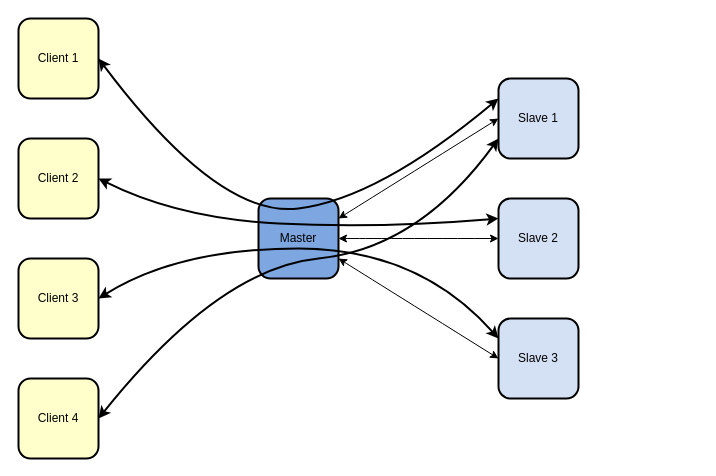
Earlier version of the draw.io diagram SchemaEtape3.drawio (Yalkann/ProjetFTP). Source tidied: cells renumbered, new cells numbered last; positions are measured from the earlier drawing's top-left corner, leaving out a move shared by most shapes. Both pictures are drawn from the tidied source at 100%, with x=0, y=0 at pixel (18, 18).
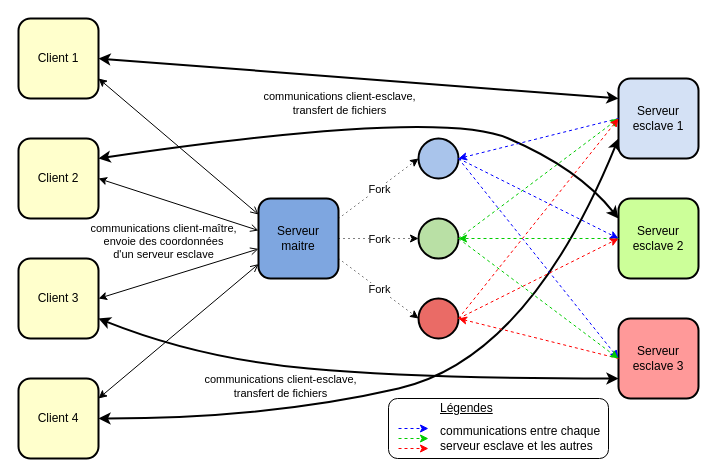
The same page after the edit.

The change refers to these unchanged cells:
```xml
<mxCell id="2" value="Client 1" style="rounded=1;whiteSpace=wrap;html=1;shadow=0;sketch=0;strokeColor=default;strokeWidth=2;fillColor=#FFFFCC;gradientColor=none;" parent="1" vertex="1">
  <mxGeometry width="80" height="80" as="geometry" />
</mxCell>
<mxCell id="3" value="Client 2" style="rounded=1;whiteSpace=wrap;html=1;shadow=0;sketch=0;strokeColor=default;strokeWidth=2;fillColor=#FFFFCC;gradientColor=none;" parent="1" vertex="1">
  <mxGeometry y="120" width="80" height="80" as="geometry" />
</mxCell>
<mxCell id="4" value="Client 3" style="rounded=1;whiteSpace=wrap;html=1;shadow=0;sketch=0;strokeColor=default;strokeWidth=2;fillColor=#FFFFCC;gradientColor=none;" parent="1" vertex="1">
  <mxGeometry y="240" width="80" height="80" as="geometry" />
</mxCell>
```

Diff of the diagram source:
```diff
@@
+    <mxCell id="17" style="rounded=1;whiteSpace=wrap;html=1;labelBackgroundColor=none;strokeWidth=1;fillColor=#FFFFFF;" parent="1" vertex="1">
+      <mxGeometry x="370" y="380" width="220" height="60" as="geometry" />
+    </mxCell>
@@
-    <mxCell id="5" value="Master" style="rounded=1;whiteSpace=wrap;html=1;shadow=0;sketch=0;strokeColor=default;strokeWidth=2;fillColor=#7EA6E0;gradientColor=none;points=[[0,0,0,0,0],[0,0.25,0,0,0],[0,0.5,0,0,0],[0,0.75,0,0,0],[0,1,0,0,0],[0.25,0,0,0,0],[0.25,1,0,0,0],[0.5,0,0,0,0],[0.5,1,0,0,0],[0.75,0,0,0,0],[0.75,1,0,0,0],[1,0,0,0,0],[1,0.25,0,0,0],[1,0.5,0,0,0],[1,0.75,0,0,0],[1,1,0,0,0]];" parent="1" vertex="1">
+    <mxCell id="5" value="Serveur maitre" style="rounded=1;whiteSpace=wrap;html=1;shadow=0;sketch=0;strokeColor=default;strokeWidth=2;fillColor=#7EA6E0;gradientColor=none;points=[[0,0,0,0,0],[0,0.2,0,0,0],[0,0.4,0,0,0],[0,0.6,0,0,0],[0,0.8,0,0,0],[0,1,0,0,0],[0.25,0,0,0,0],[0.25,1,0,0,0],[0.5,0,0,0,0],[0.5,1,0,0,0],[0.75,0,0,0,0],[0.75,1,0,0,0],[1,0,0,0,0],[1,0.25,0,0,0],[1,0.5,0,0,0],[1,0.75,0,0,0],[1,1,0,0,0]];" parent="1" vertex="1">
       <mxGeometry x="240" y="180" width="80" height="80" as="geometry" />
     </mxCell>
-    <mxCell id="6" value="Slave 1" style="rounded=1;whiteSpace=wrap;html=1;shadow=0;sketch=0;strokeColor=default;strokeWidth=2;fillColor=#D4E1F5;gradientColor=none;" parent="1" vertex="1">
-      <mxGeometry x="480" y="60" width="80" height="80" as="geometry" />
+    <mxCell id="6" value="Serveur esclave 1" style="rounded=1;whiteSpace=wrap;html=1;shadow=0;sketch=0;strokeColor=default;strokeWidth=2;fillColor=#D4E1F5;gradientColor=none;" parent="1" vertex="1">
+      <mxGeometry x="600" y="60" width="80" height="80" as="geometry" />
     </mxCell>
-    <mxCell id="7" value="Slave 2" style="rounded=1;whiteSpace=wrap;html=1;shadow=0;sketch=0;strokeColor=default;strokeWidth=2;fillColor=#D4E1F5;gradientColor=none;" parent="1" vertex="1">
-      <mxGeometry x="480" y="180" width="80" height="80" as="geometry" />
+    <mxCell id="7" value="Serveur esclave 2" style="rounded=1;whiteSpace=wrap;html=1;shadow=0;sketch=0;strokeColor=default;strokeWidth=2;fillColor=#CCFF99;gradientColor=none;" parent="1" vertex="1">
+      <mxGeometry x="600" y="180" width="80" height="80" as="geometry" />
     </mxCell>
-    <mxCell id="8" style="endArrow=classic;html=1;rounded=0;strokeColor=default;strokeWidth=1;curved=1;entryX=0;entryY=0.5;entryDx=0;entryDy=0;startArrow=classic;startFill=1;" parent="1" edge="1" target="6">
-      <mxGeometry relative="1" as="geometry">
-        <mxPoint x="320" y="200" as="sourcePoint" />
-      </mxGeometry>
-    </mxCell>
-    <mxCell id="9" style="endArrow=classic;html=1;rounded=0;strokeColor=default;strokeWidth=1;curved=1;entryX=0;entryY=0.5;entryDx=0;entryDy=0;startArrow=classic;startFill=1;" parent="1" edge="1" target="7">
-      <mxGeometry relative="1" as="geometry">
-        <mxPoint x="320" y="220" as="sourcePoint" />
-      </mxGeometry>
-    </mxCell>
-    <mxCell id="10" style="curved=1;endArrow=classic;html=1;rounded=0;strokeColor=default;strokeWidth=2;exitX=1;exitY=0.5;exitDx=0;exitDy=0;entryX=0;entryY=0.25;entryDx=0;entryDy=0;startArrow=classic;startFill=1;" parent="1" edge="1" source="2" target="6">
-      <mxGeometry relative="1" as="geometry">
-        <Array as="points">
-          <mxPoint x="200" y="200" />
-          <mxPoint x="360" y="180" />
-        </Array>
-      </mxGeometry>
-    </mxCell>
+    <mxCell id="13" value="Serveur esclave 3" style="rounded=1;whiteSpace=wrap;html=1;shadow=0;sketch=0;strokeColor=default;strokeWidth=2;fillColor=#FF9999;gradientColor=none;" parent="1" vertex="1">
+      <mxGeometry x="600" y="300" width="80" height="80" as="geometry" />
+    </mxCell>
+    <mxCell id="15" value="Client 4" style="rounded=1;whiteSpace=wrap;html=1;shadow=0;sketch=0;strokeColor=default;strokeWidth=2;fillColor=#FFFFCC;gradientColor=none;" parent="1" vertex="1">
+      <mxGeometry y="360" width="80" height="80" as="geometry" />
+    </mxCell>
+    <mxCell id="18" style="endArrow=classic;html=1;rounded=0;entryX=1;entryY=0.75;entryDx=0;entryDy=0;startArrow=open;startFill=0;exitX=0;exitY=0.2;exitDx=0;exitDy=0;exitPerimeter=0;endFill=1;" parent="1" edge="1" source="5" target="2">
+      <mxGeometry relative="1" as="geometry" />
+    </mxCell>
+    <mxCell id="19" style="endArrow=open;html=1;rounded=0;exitX=1;exitY=0.5;exitDx=0;exitDy=0;entryX=0;entryY=0.4;entryDx=0;entryDy=0;entryPerimeter=0;endFill=0;startArrow=classic;startFill=1;" parent="1" edge="1" source="3" target="5">
+      <mxGeometry relative="1" as="geometry" />
+    </mxCell>
+    <mxCell id="20" style="endArrow=classic;html=1;rounded=0;entryX=1;entryY=0.5;entryDx=0;entryDy=0;exitX=0;exitY=0.63;exitDx=0;exitDy=0;exitPerimeter=0;startArrow=open;startFill=0;" parent="1" edge="1" source="5" target="4">
+      <mxGeometry relative="1" as="geometry" />
+    </mxCell>
+    <mxCell id="21" style="endArrow=classic;html=1;rounded=0;entryX=1;entryY=0.25;entryDx=0;entryDy=0;exitX=0;exitY=0.82;exitDx=0;exitDy=0;exitPerimeter=0;startArrow=open;startFill=0;" parent="1" edge="1" source="5" target="15">
+      <mxGeometry relative="1" as="geometry" />
+    </mxCell>
+    <mxCell id="22" style="endArrow=classic;html=1;rounded=0;entryX=1;entryY=0.5;entryDx=0;entryDy=0;exitX=0;exitY=0.25;exitDx=0;exitDy=0;strokeWidth=2;startArrow=classic;startFill=1;" parent="1" edge="1" source="6" target="2">
+      <mxGeometry relative="1" as="geometry" />
+    </mxCell>
+    <mxCell id="23" value="communications&amp;nbsp;client-esclave,&lt;br&gt;transfert de fichiers" style="edgeLabel;html=1;align=center;verticalAlign=middle;labelBackgroundColor=none;" parent="22" vertex="1">
+      <mxGeometry x="0.25" relative="1" as="geometry">
+        <mxPoint x="46" y="30" as="offset" />
+      </mxGeometry>
+    </mxCell>
-    <mxCell id="11" style="curved=1;endArrow=classic;html=1;rounded=0;strokeColor=default;strokeWidth=2;exitX=1;exitY=0.5;exitDx=0;exitDy=0;entryX=0;entryY=0.25;entryDx=0;entryDy=0;startArrow=classic;startFill=1;" parent="1" edge="1" source="3" target="7">
+    <mxCell id="11" style="curved=1;endArrow=classic;html=1;rounded=0;strokeWidth=2;exitX=1;exitY=0.25;exitDx=0;exitDy=0;entryX=0;entryY=0.25;entryDx=0;entryDy=0;startArrow=classic;startFill=1;" parent="1" edge="1" source="3" target="7">
       <mxGeometry relative="1" as="geometry">
         <Array as="points">
-          <mxPoint x="160" y="200" />
-          <mxPoint x="360" y="210" />
+          <mxPoint x="420" y="90" />
+          <mxPoint x="560" y="150" />
         </Array>
       </mxGeometry>
     </mxCell>
+    <mxCell id="16" style="curved=1;endArrow=classic;html=1;rounded=0;strokeWidth=2;exitX=1;exitY=0.5;exitDx=0;exitDy=0;entryX=0;entryY=0.75;entryDx=0;entryDy=0;startArrow=classic;startFill=1;" parent="1" edge="1" source="15" target="6">
+      <mxGeometry relative="1" as="geometry">
+        <Array as="points">
+          <mxPoint x="250" y="400" />
+          <mxPoint x="510" y="340" />
+        </Array>
+      </mxGeometry>
+    </mxCell>
+    <mxCell id="24" style="ellipse;whiteSpace=wrap;html=1;fillColor=#B9E0A5;strokeWidth=2;" parent="1" vertex="1">
+      <mxGeometry x="400" y="200" width="40" height="40" as="geometry" />
+    </mxCell>
+    <mxCell id="25" style="ellipse;whiteSpace=wrap;html=1;fillColor=#A9C4EB;strokeWidth=2;" parent="1" vertex="1">
+      <mxGeometry x="400" y="120" width="40" height="40" as="geometry" />
+    </mxCell>
+    <mxCell id="26" style="ellipse;whiteSpace=wrap;html=1;fillColor=#EA6B66;strokeWidth=2;" parent="1" vertex="1">
+      <mxGeometry x="400" y="280" width="40" height="40" as="geometry" />
+    </mxCell>
+    <mxCell id="27" style="endArrow=classic;html=1;rounded=0;strokeWidth=1;entryX=0;entryY=0.5;entryDx=0;entryDy=0;exitX=1;exitY=0.25;exitDx=0;exitDy=0;exitPerimeter=0;dashed=1;dashPattern=1 4;" parent="1" edge="1" source="5" target="25">
+      <mxGeometry relative="1" as="geometry" />
+    </mxCell>
+    <mxCell id="28" style="endArrow=classic;html=1;rounded=0;dashed=1;dashPattern=1 4;strokeWidth=1;entryX=0;entryY=0.5;entryDx=0;entryDy=0;exitX=1;exitY=0.5;exitDx=0;exitDy=0;exitPerimeter=0;" parent="1" edge="1" source="5" target="24">
+      <mxGeometry relative="1" as="geometry" />
+    </mxCell>
+    <mxCell id="29" value="Fork" style="edgeLabel;html=1;align=center;verticalAlign=middle;" parent="28" vertex="1">
+      <mxGeometry x="-0.42" y="1" relative="1" as="geometry">
+        <mxPoint x="17" y="1" as="offset" />
+      </mxGeometry>
+    </mxCell>
+    <mxCell id="30" style="endArrow=classic;html=1;rounded=0;dashed=1;dashPattern=1 4;strokeWidth=1;entryX=0;entryY=0.5;entryDx=0;entryDy=0;exitX=1;exitY=0.75;exitDx=0;exitDy=0;exitPerimeter=0;" parent="1" edge="1" source="5" target="26">
+      <mxGeometry relative="1" as="geometry" />
+    </mxCell>
+    <mxCell id="31" style="endArrow=classic;html=1;rounded=0;dashed=1;strokeWidth=1;entryX=1;entryY=0.5;entryDx=0;entryDy=0;exitX=0;exitY=0.5;exitDx=0;exitDy=0;strokeColor=#0000FF;" parent="1" edge="1" source="6" target="25">
+      <mxGeometry relative="1" as="geometry" />
+    </mxCell>
-    <mxCell id="12" style="curved=1;endArrow=classic;html=1;rounded=0;strokeColor=default;strokeWidth=2;exitX=1;exitY=0.5;exitDx=0;exitDy=0;entryX=0;entryY=0.25;entryDx=0;entryDy=0;startArrow=classic;startFill=1;" parent="1" edge="1" source="4" target="13">
+    <mxCell id="12" style="curved=1;endArrow=classic;html=1;rounded=0;strokeWidth=2;exitX=1;exitY=0.75;exitDx=0;exitDy=0;entryX=0;entryY=0.75;entryDx=0;entryDy=0;startArrow=classic;startFill=1;" parent="1" edge="1" source="4" target="13">
       <mxGeometry relative="1" as="geometry">
         <Array as="points">
-          <mxPoint x="160" y="230" />
-          <mxPoint x="400" y="230" />
+          <mxPoint x="180" y="340" />
+          <mxPoint x="400" y="360" />
         </Array>
       </mxGeometry>
     </mxCell>
-    <mxCell id="13" value="Slave 3" style="rounded=1;whiteSpace=wrap;html=1;shadow=0;sketch=0;strokeColor=default;strokeWidth=2;fillColor=#D4E1F5;gradientColor=none;" parent="1" vertex="1">
-      <mxGeometry x="480" y="300" width="80" height="80" as="geometry" />
-    </mxCell>
-    <mxCell id="14" style="endArrow=classic;html=1;rounded=0;strokeColor=default;strokeWidth=1;curved=1;exitX=1;exitY=0.75;exitDx=0;exitDy=0;entryX=0;entryY=0.5;entryDx=0;entryDy=0;startArrow=classic;startFill=1;exitPerimeter=0;" parent="1" edge="1" source="5" target="13">
-      <mxGeometry relative="1" as="geometry" />
-    </mxCell>
-    <mxCell id="15" value="Client 4" style="rounded=1;whiteSpace=wrap;html=1;shadow=0;sketch=0;strokeColor=default;strokeWidth=2;fillColor=#FFFFCC;gradientColor=none;" parent="1" vertex="1">
-      <mxGeometry y="360" width="80" height="80" as="geometry" />
-    </mxCell>
-    <mxCell id="16" style="curved=1;endArrow=classic;html=1;rounded=0;strokeColor=default;strokeWidth=2;exitX=1;exitY=0.5;exitDx=0;exitDy=0;entryX=0;entryY=0.75;entryDx=0;entryDy=0;startArrow=classic;startFill=1;" parent="1" edge="1" source="15" target="6">
-      <mxGeometry relative="1" as="geometry">
-        <Array as="points">
-          <mxPoint x="200" y="250" />
-          <mxPoint x="400" y="230" />
-        </Array>
-      </mxGeometry>
-    </mxCell>
+    <mxCell id="32" style="endArrow=classic;html=1;rounded=0;dashed=1;strokeWidth=1;entryX=1;entryY=0.5;entryDx=0;entryDy=0;exitX=0;exitY=0.5;exitDx=0;exitDy=0;strokeColor=#00CC00;" parent="1" edge="1" source="7" target="24">
+      <mxGeometry relative="1" as="geometry" />
+    </mxCell>
+    <mxCell id="33" style="endArrow=classic;html=1;rounded=0;dashed=1;strokeWidth=1;entryX=1;entryY=0.5;entryDx=0;entryDy=0;exitX=0;exitY=0.5;exitDx=0;exitDy=0;strokeColor=#FF0000;" parent="1" edge="1" source="13" target="26">
+      <mxGeometry relative="1" as="geometry" />
+    </mxCell>
+    <mxCell id="34" style="endArrow=classic;html=1;rounded=0;dashed=1;strokeWidth=1;exitX=1;exitY=0.5;exitDx=0;exitDy=0;entryX=0;entryY=0.5;entryDx=0;entryDy=0;strokeColor=#0000FF;" parent="1" edge="1" source="25" target="7">
+      <mxGeometry relative="1" as="geometry" />
+    </mxCell>
+    <mxCell id="35" style="endArrow=classic;html=1;rounded=0;dashed=1;strokeWidth=1;exitX=1;exitY=0.5;exitDx=0;exitDy=0;entryX=0;entryY=0.5;entryDx=0;entryDy=0;strokeColor=#0000FF;" parent="1" edge="1" source="25" target="13">
+      <mxGeometry relative="1" as="geometry" />
+    </mxCell>
+    <mxCell id="36" style="endArrow=classic;html=1;rounded=0;dashed=1;strokeWidth=1;entryX=0;entryY=0.5;entryDx=0;entryDy=0;exitX=1;exitY=0.5;exitDx=0;exitDy=0;strokeColor=#00CC00;" parent="1" edge="1" source="24" target="6">
+      <mxGeometry relative="1" as="geometry" />
+    </mxCell>
+    <mxCell id="37" style="endArrow=classic;html=1;rounded=0;dashed=1;strokeWidth=1;entryX=0;entryY=0.5;entryDx=0;entryDy=0;exitX=1;exitY=0.5;exitDx=0;exitDy=0;strokeColor=#00CC00;" parent="1" edge="1" source="24" target="13">
+      <mxGeometry relative="1" as="geometry" />
+    </mxCell>
+    <mxCell id="38" style="endArrow=classic;html=1;rounded=0;dashed=1;strokeWidth=1;entryX=0;entryY=0.5;entryDx=0;entryDy=0;exitX=1;exitY=0.5;exitDx=0;exitDy=0;strokeColor=#FF0000;" parent="1" edge="1" source="26" target="6">
+      <mxGeometry relative="1" as="geometry" />
+    </mxCell>
+    <mxCell id="39" style="endArrow=classic;html=1;rounded=0;dashed=1;strokeWidth=1;entryX=0;entryY=0.5;entryDx=0;entryDy=0;exitX=1;exitY=0.5;exitDx=0;exitDy=0;strokeColor=#FF0000;" parent="1" edge="1" source="26" target="7">
+      <mxGeometry relative="1" as="geometry" />
+    </mxCell>
+    <mxCell id="40" value="communications client-maître,&lt;br&gt;envoie des coordonnées&lt;br&gt;d'un serveur esclave" style="edgeLabel;html=1;align=center;verticalAlign=middle;labelBackgroundColor=none;" parent="1" vertex="1">
+      <mxGeometry x="160" y="220" as="geometry">
+        <mxPoint x="-16" y="2" as="offset" />
+      </mxGeometry>
+    </mxCell>
+    <mxCell id="41" value="communications&amp;nbsp;client-esclave,&lt;br&gt;transfert de fichiers" style="edgeLabel;html=1;align=center;verticalAlign=middle;labelBackgroundColor=none;" parent="1" vertex="1">
+      <mxGeometry x="261" y="367" as="geometry" />
+    </mxCell>
+    <mxCell id="42" value="Fork" style="edgeLabel;html=1;align=center;verticalAlign=middle;" parent="1" vertex="1">
+      <mxGeometry x="360" y="170" as="geometry" />
+    </mxCell>
+    <mxCell id="43" value="Fork" style="edgeLabel;html=1;align=center;verticalAlign=middle;" parent="1" vertex="1">
+      <mxGeometry x="360" y="270" as="geometry" />
+    </mxCell>
+    <mxCell id="44" style="endArrow=classic;html=1;rounded=0;dashed=1;strokeColor=#0000FF;strokeWidth=1;" parent="1" edge="1">
+      <mxGeometry relative="1" as="geometry">
+        <mxPoint x="380" y="410" as="sourcePoint" />
+        <mxPoint x="410" y="410" as="targetPoint" />
+      </mxGeometry>
+    </mxCell>
+    <mxCell id="45" style="endArrow=classic;html=1;rounded=0;dashed=1;strokeColor=#00CC00;strokeWidth=1;" parent="1" edge="1">
+      <mxGeometry relative="1" as="geometry">
+        <mxPoint x="380" y="420" as="sourcePoint" />
+        <mxPoint x="410" y="420" as="targetPoint" />
+      </mxGeometry>
+    </mxCell>
+    <mxCell id="46" style="endArrow=classic;html=1;rounded=0;dashed=1;strokeColor=#FF0000;strokeWidth=1;" parent="1" edge="1">
+      <mxGeometry relative="1" as="geometry">
+        <mxPoint x="380" y="430" as="sourcePoint" />
+        <mxPoint x="410" y="430" as="targetPoint" />
+      </mxGeometry>
+    </mxCell>
+    <mxCell id="47" value="communications entre chaque serveur esclave et les autres" style="text;html=1;strokeColor=none;fillColor=none;align=left;verticalAlign=middle;whiteSpace=wrap;rounded=0;labelBackgroundColor=none;" parent="1" vertex="1">
+      <mxGeometry x="420" y="400" width="170" height="40" as="geometry" />
+    </mxCell>
+    <mxCell id="48" value="&lt;u&gt;Légendes&lt;/u&gt;" style="text;html=1;strokeColor=none;fillColor=none;align=left;verticalAlign=middle;whiteSpace=wrap;rounded=0;labelBackgroundColor=none;" parent="1" vertex="1">
+      <mxGeometry x="420" y="380" width="140" height="20" as="geometry" />
+    </mxCell>
```
